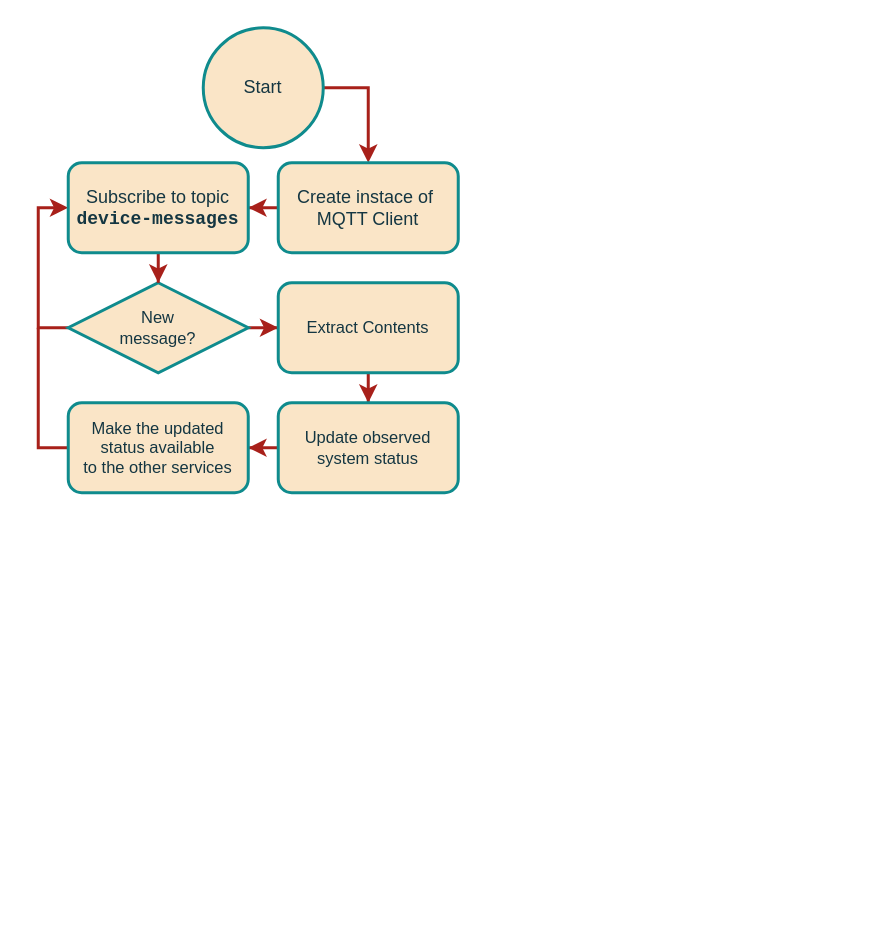
The draw.io diagram 3. Proyecto/metamodel/LookerProcess.drawio in MrDahaniel/StarDuck, before the edit. Source tidied: cells renumbered, new cells numbered last; positions are measured from the earlier drawing's top-left corner, leaving out a move shared by most shapes. Both pictures are drawn from the tidied source at 150%, with x=0, y=0 at pixel (38, 27).
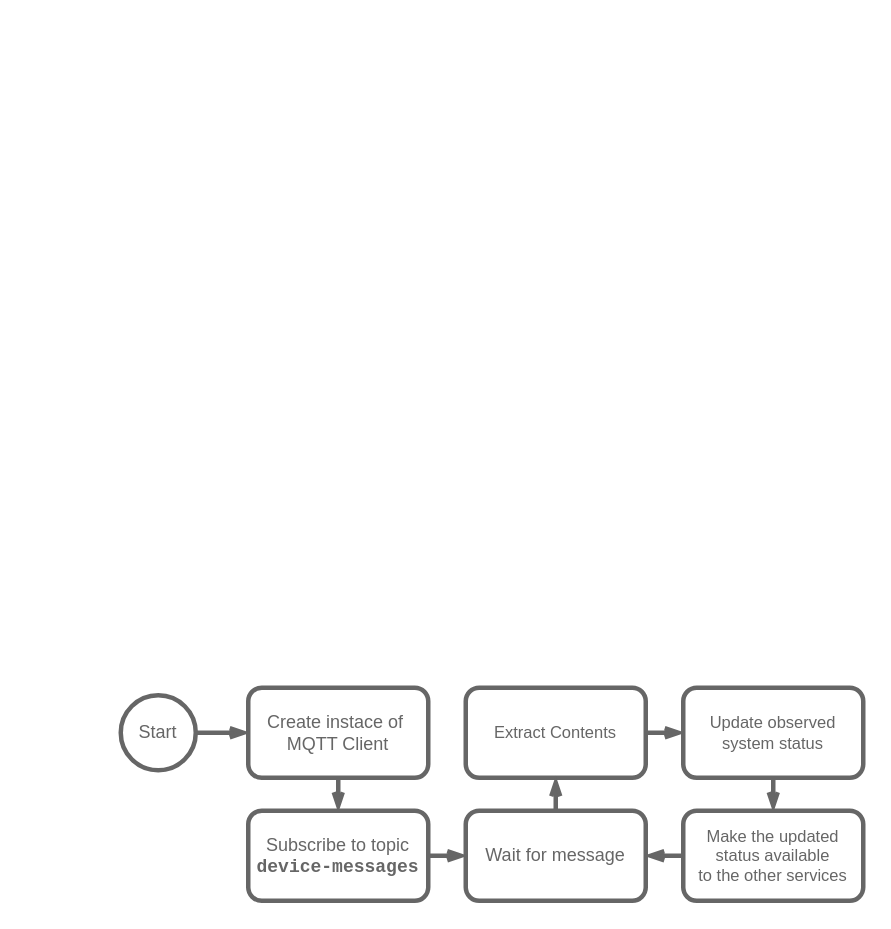
The same diagram, later.

Change to the diagram source:
```diff
@@
 <mxGraphModel>
   <root>
     <mxCell id="0" />
     <mxCell id="1" parent="0" />
-    <mxCell id="2" style="edgeStyle=orthogonalEdgeStyle;rounded=0;jettySize=auto;html=1;strokeColor=#A8201A;fontColor=#143642;fillColor=#FAE5C7;strokeWidth=2;" parent="1" edge="1" source="3" target="5">
-      <mxGeometry relative="1" as="geometry">
-        <Array as="points">
-          <mxPoint x="220" y="40" />
-        </Array>
-      </mxGeometry>
+    <mxCell id="2" style="edgeStyle=orthogonalEdgeStyle;shape=connector;curved=0;rounded=1;jettySize=auto;html=1;labelBackgroundColor=default;strokeColor=#666666;strokeWidth=3;align=center;verticalAlign=middle;fontFamily=Helvetica;fontSize=11;fontColor=#666666;endArrow=openThin;endFill=0;fillColor=#FAE5C7;" parent="1" edge="1" source="3" target="5">
+      <mxGeometry relative="1" as="geometry" />
     </mxCell>
-    <mxCell id="3" value="Start" style="ellipse;whiteSpace=wrap;html=1;strokeColor=#0F8B8D;fontColor=#143642;fillColor=#FAE5C7;strokeWidth=2;" parent="1" vertex="1">
-      <mxGeometry x="110" width="80" height="80" as="geometry" />
+    <mxCell id="3" value="Start" style="ellipse;whiteSpace=wrap;html=1;strokeColor=#666666;fontColor=#666666;fillColor=#FFFFFF;strokeWidth=3;" parent="1" vertex="1">
+      <mxGeometry x="55" y="445" width="50" height="50" as="geometry" />
     </mxCell>
-    <mxCell id="4" style="edgeStyle=orthogonalEdgeStyle;shape=connector;rounded=0;jettySize=auto;html=1;labelBackgroundColor=default;strokeColor=#A8201A;strokeWidth=2;align=center;verticalAlign=middle;fontFamily=Helvetica;fontSize=11;fontColor=#143642;endArrow=classic;fillColor=#FAE5C7;" parent="1" edge="1" source="5" target="10">
+    <mxCell id="4" style="edgeStyle=orthogonalEdgeStyle;shape=connector;curved=0;rounded=1;jettySize=auto;html=1;labelBackgroundColor=default;strokeColor=#666666;strokeWidth=3;align=center;verticalAlign=middle;fontFamily=Helvetica;fontSize=11;fontColor=#666666;endArrow=openThin;endFill=0;fillColor=#FAE5C7;" parent="1" edge="1" source="5" target="10">
       <mxGeometry relative="1" as="geometry" />
     </mxCell>
-    <mxCell id="5" value="Create instace of&amp;nbsp;&lt;br&gt;MQTT Client" style="rounded=1;whiteSpace=wrap;html=1;strokeColor=#0F8B8D;fontColor=#143642;fillColor=#FAE5C7;strokeWidth=2;" parent="1" vertex="1">
-      <mxGeometry x="160" y="90" width="120" height="60" as="geometry" />
+    <mxCell id="5" value="Create instace of&amp;nbsp;&lt;br&gt;MQTT Client" style="rounded=1;whiteSpace=wrap;html=1;strokeColor=#666666;fontColor=#666666;fillColor=#FFFFFF;strokeWidth=3;" parent="1" vertex="1">
+      <mxGeometry x="140" y="440" width="120" height="60" as="geometry" />
     </mxCell>
-    <mxCell id="6" style="edgeStyle=orthogonalEdgeStyle;shape=connector;rounded=0;jettySize=auto;html=1;exitX=0;exitY=0.5;exitDx=0;exitDy=0;entryX=0;entryY=0.5;entryDx=0;entryDy=0;labelBackgroundColor=default;strokeColor=#A8201A;strokeWidth=2;align=center;verticalAlign=middle;fontFamily=Helvetica;fontSize=11;fontColor=#143642;endArrow=classic;fillColor=#FAE5C7;" parent="1" edge="1" source="8" target="10">
-      <mxGeometry relative="1" as="geometry" />
-    </mxCell>
-    <mxCell id="7" style="edgeStyle=orthogonalEdgeStyle;shape=connector;rounded=0;jettySize=auto;html=1;labelBackgroundColor=default;strokeColor=#A8201A;strokeWidth=2;align=center;verticalAlign=middle;fontFamily=Helvetica;fontSize=11;fontColor=#143642;endArrow=classic;fillColor=#FAE5C7;" parent="1" edge="1" source="8" target="12">
-      <mxGeometry relative="1" as="geometry" />
-    </mxCell>
-    <mxCell id="8" value="New &lt;br&gt;message?" style="rhombus;whiteSpace=wrap;html=1;rounded=0;strokeColor=#0F8B8D;strokeWidth=2;align=center;verticalAlign=middle;fontFamily=Helvetica;fontSize=11;fontColor=#143642;fillColor=#FAE5C7;" parent="1" vertex="1">
-      <mxGeometry x="20" y="170" width="120" height="60" as="geometry" />
-    </mxCell>
-    <mxCell id="9" style="edgeStyle=orthogonalEdgeStyle;shape=connector;rounded=0;jettySize=auto;html=1;labelBackgroundColor=default;strokeColor=#A8201A;strokeWidth=2;align=center;verticalAlign=middle;fontFamily=Helvetica;fontSize=11;fontColor=#143642;endArrow=classic;fillColor=#FAE5C7;" parent="1" edge="1" source="10" target="8">
-      <mxGeometry relative="1" as="geometry" />
-    </mxCell>
+    <mxCell id="17" style="edgeStyle=orthogonalEdgeStyle;shape=connector;curved=0;rounded=1;jettySize=auto;html=1;labelBackgroundColor=default;strokeColor=#666666;strokeWidth=3;align=center;verticalAlign=middle;fontFamily=Helvetica;fontSize=11;fontColor=#666666;endArrow=openThin;endFill=0;fillColor=#FAE5C7;" parent="1" edge="1" source="10" target="20">
+      <mxGeometry relative="1" as="geometry" />
+    </mxCell>
-    <mxCell id="10" value="Subscribe to topic&lt;br&gt;&lt;font face=&quot;Courier New&quot;&gt;&lt;b&gt;device-messages&lt;/b&gt;&lt;/font&gt;" style="rounded=1;whiteSpace=wrap;html=1;strokeColor=#0F8B8D;fontColor=#143642;fillColor=#FAE5C7;strokeWidth=2;" parent="1" vertex="1">
-      <mxGeometry x="20" y="90" width="120" height="60" as="geometry" />
+    <mxCell id="10" value="Subscribe to topic&lt;br&gt;&lt;font face=&quot;Courier New&quot;&gt;&lt;b&gt;device-messages&lt;/b&gt;&lt;/font&gt;" style="rounded=1;whiteSpace=wrap;html=1;strokeColor=#666666;fontColor=#666666;fillColor=#FFFFFF;strokeWidth=3;" parent="1" vertex="1">
+      <mxGeometry x="140" y="522" width="120" height="60" as="geometry" />
     </mxCell>
-    <mxCell id="11" style="edgeStyle=orthogonalEdgeStyle;shape=connector;rounded=0;jettySize=auto;html=1;labelBackgroundColor=default;strokeColor=#A8201A;strokeWidth=2;align=center;verticalAlign=middle;fontFamily=Helvetica;fontSize=11;fontColor=#143642;endArrow=classic;fillColor=#FAE5C7;" parent="1" edge="1" source="12" target="14">
+    <mxCell id="11" style="edgeStyle=orthogonalEdgeStyle;shape=connector;curved=0;rounded=1;jettySize=auto;html=1;labelBackgroundColor=default;strokeColor=#666666;strokeWidth=3;align=center;verticalAlign=middle;fontFamily=Helvetica;fontSize=11;fontColor=#666666;endArrow=openThin;endFill=0;fillColor=#FAE5C7;" parent="1" edge="1" source="12" target="14">
       <mxGeometry relative="1" as="geometry" />
     </mxCell>
-    <mxCell id="12" value="Extract Contents" style="rounded=1;whiteSpace=wrap;html=1;strokeColor=#0F8B8D;strokeWidth=2;align=center;verticalAlign=middle;fontFamily=Helvetica;fontSize=11;fontColor=#143642;fillColor=#FAE5C7;" parent="1" vertex="1">
-      <mxGeometry x="160" y="170" width="120" height="60" as="geometry" />
+    <mxCell id="12" value="Extract Contents" style="rounded=1;whiteSpace=wrap;html=1;strokeColor=#666666;strokeWidth=3;align=center;verticalAlign=middle;fontFamily=Helvetica;fontSize=11;fontColor=#666666;fillColor=#FFFFFF;" parent="1" vertex="1">
+      <mxGeometry x="285" y="440" width="120" height="60" as="geometry" />
     </mxCell>
-    <mxCell id="13" style="edgeStyle=orthogonalEdgeStyle;shape=connector;rounded=0;jettySize=auto;html=1;labelBackgroundColor=default;strokeColor=#A8201A;strokeWidth=2;align=center;verticalAlign=middle;fontFamily=Helvetica;fontSize=11;fontColor=#143642;endArrow=classic;fillColor=#FAE5C7;" parent="1" edge="1" source="14" target="16">
+    <mxCell id="13" style="edgeStyle=orthogonalEdgeStyle;shape=connector;curved=0;rounded=1;jettySize=auto;html=1;labelBackgroundColor=default;strokeColor=#666666;strokeWidth=3;align=center;verticalAlign=middle;fontFamily=Helvetica;fontSize=11;fontColor=#666666;endArrow=openThin;endFill=0;fillColor=#FAE5C7;" parent="1" edge="1" source="14" target="16">
       <mxGeometry relative="1" as="geometry" />
     </mxCell>
-    <mxCell id="14" value="Update observed&lt;br&gt;system status" style="rounded=1;whiteSpace=wrap;html=1;strokeColor=#0F8B8D;strokeWidth=2;align=center;verticalAlign=middle;fontFamily=Helvetica;fontSize=11;fontColor=#143642;fillColor=#FAE5C7;" parent="1" vertex="1">
-      <mxGeometry x="160" y="250" width="120" height="60" as="geometry" />
+    <mxCell id="14" value="Update observed&lt;br&gt;system status" style="rounded=1;whiteSpace=wrap;html=1;strokeColor=#666666;strokeWidth=3;align=center;verticalAlign=middle;fontFamily=Helvetica;fontSize=11;fontColor=#666666;fillColor=#FFFFFF;" parent="1" vertex="1">
+      <mxGeometry x="430" y="440" width="120" height="60" as="geometry" />
     </mxCell>
-    <mxCell id="15" style="edgeStyle=orthogonalEdgeStyle;shape=connector;rounded=0;jettySize=auto;html=1;labelBackgroundColor=default;strokeColor=#A8201A;strokeWidth=2;align=center;verticalAlign=middle;fontFamily=Helvetica;fontSize=11;fontColor=#143642;endArrow=none;fillColor=#FAE5C7;endFill=0;" parent="1" edge="1" source="16">
-      <mxGeometry relative="1" as="geometry">
-        <mxPoint y="200" as="targetPoint" />
-      </mxGeometry>
-    </mxCell>
+    <mxCell id="18" style="edgeStyle=orthogonalEdgeStyle;shape=connector;curved=0;rounded=1;jettySize=auto;html=1;labelBackgroundColor=default;strokeColor=#666666;strokeWidth=3;fontFamily=Helvetica;fontSize=12;fontColor=#666666;startArrow=none;startFill=0;endArrow=openThin;endFill=0;" parent="1" edge="1" source="16" target="20">
+      <mxGeometry relative="1" as="geometry" />
+    </mxCell>
-    <mxCell id="16" value="Make the updated status available&lt;br&gt;to the other services" style="rounded=1;whiteSpace=wrap;html=1;strokeColor=#0F8B8D;strokeWidth=2;align=center;verticalAlign=middle;fontFamily=Helvetica;fontSize=11;fontColor=#143642;fillColor=#FAE5C7;" parent="1" vertex="1">
-      <mxGeometry x="20" y="250" width="120" height="60" as="geometry" />
+    <mxCell id="16" value="Make the updated status available&lt;br&gt;to the other services" style="rounded=1;whiteSpace=wrap;html=1;strokeColor=#666666;strokeWidth=3;align=center;verticalAlign=middle;fontFamily=Helvetica;fontSize=11;fontColor=#666666;fillColor=#FFFFFF;" parent="1" vertex="1">
+      <mxGeometry x="430" y="522" width="120" height="60" as="geometry" />
     </mxCell>
+    <mxCell id="19" style="edgeStyle=orthogonalEdgeStyle;shape=connector;curved=0;rounded=1;jettySize=auto;html=1;labelBackgroundColor=default;strokeColor=#666666;strokeWidth=3;fontFamily=Helvetica;fontSize=12;fontColor=#666666;startArrow=none;startFill=0;endArrow=openThin;endFill=0;" parent="1" edge="1" source="20" target="12">
+      <mxGeometry relative="1" as="geometry" />
+    </mxCell>
+    <mxCell id="20" value="&lt;font style=&quot;&quot; face=&quot;Helvetica&quot;&gt;Wait for message&lt;/font&gt;" style="rounded=1;whiteSpace=wrap;html=1;strokeColor=#666666;fontColor=#666666;fillColor=#FFFFFF;strokeWidth=3;" parent="1" vertex="1">
+      <mxGeometry x="285" y="522" width="120" height="60" as="geometry" />
+    </mxCell>
   </root>
 </mxGraphModel>
```
